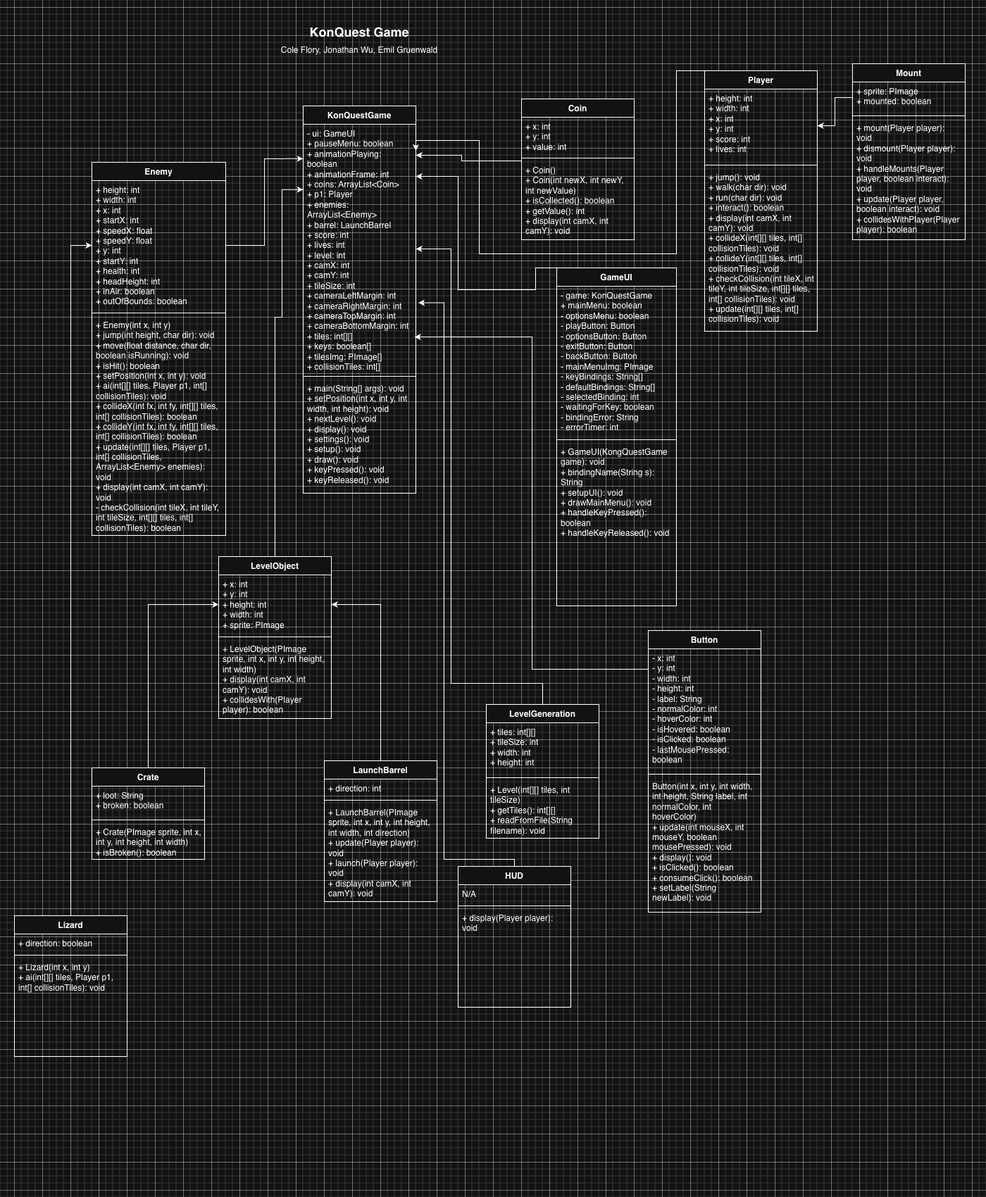
Above: resources/UML.png in CFlory-Programming/AdvProgrammingGroupProject (draw.io), before the change. Source tidied: cells renumbered, new cells last; positions are measured from the earlier drawing's top-left corner, leaving out a move shared by most shapes.
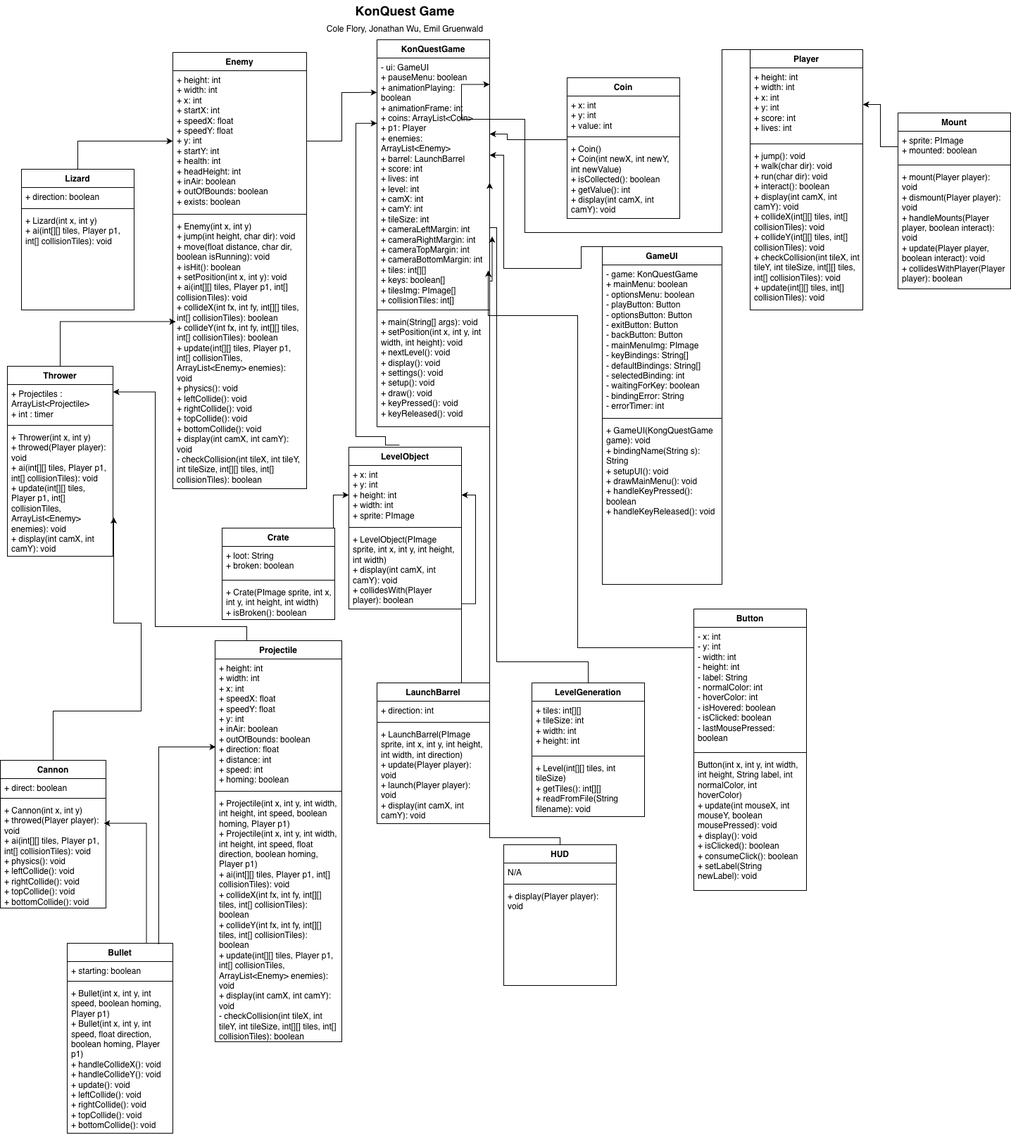
Later version of the same file.

The edit, as a diff of the source:
```diff
@@ -29,15 +29,15 @@
     <mxCell id="10" value="Enemy" style="swimlane;fontStyle=1;align=center;verticalAlign=top;horizontal=1;startSize=26;whiteSpace=wrap;html=1;" parent="1" vertex="1">
-      <mxGeometry x="110" y="200" width="190" height="530" as="geometry" />
+      <mxGeometry x="160" y="74" width="190" height="620" as="geometry" />
     </mxCell>
-    <mxCell id="11" value="&lt;div&gt;+ height: int&lt;/div&gt;&lt;div&gt;+ width: int&lt;/div&gt;&lt;div&gt;+ x: int&lt;/div&gt;&lt;div&gt;+ startX: int&lt;/div&gt;&lt;div&gt;+ speedX: float&lt;/div&gt;&lt;div&gt;+ speedY: float&lt;/div&gt;&lt;div&gt;+ y: int&lt;/div&gt;&lt;div&gt;+ startY: int&lt;/div&gt;&lt;div&gt;+ health: int&lt;/div&gt;&lt;div&gt;+ headHeight: int&lt;/div&gt;&lt;div&gt;+ inAir: boolean&lt;/div&gt;&lt;div&gt;+ outOfBounds: boolean&lt;/div&gt;" style="text;strokeColor=none;fillColor=none;align=left;verticalAlign=top;spacingLeft=4;spacingRight=4;overflow=hidden;points=[[0,0.5],[1,0.5]];portConstraint=eastwest;whiteSpace=wrap;html=1;" parent="10" vertex="1">
-      <mxGeometry y="26" width="190" height="184" as="geometry" />
+    <mxCell id="11" value="&lt;div&gt;+ height: int&lt;/div&gt;&lt;div&gt;+ width: int&lt;/div&gt;&lt;div&gt;+ x: int&lt;/div&gt;&lt;div&gt;+ startX: int&lt;/div&gt;&lt;div&gt;+ speedX: float&lt;/div&gt;&lt;div&gt;+ speedY: float&lt;/div&gt;&lt;div&gt;+ y: int&lt;/div&gt;&lt;div&gt;+ startY: int&lt;/div&gt;&lt;div&gt;+ health: int&lt;/div&gt;&lt;div&gt;+ headHeight: int&lt;/div&gt;&lt;div&gt;+ inAir: boolean&lt;/div&gt;&lt;div&gt;+ outOfBounds: boolean&lt;/div&gt;&lt;div&gt;+ exists: boolean&lt;/div&gt;" style="text;strokeColor=none;fillColor=none;align=left;verticalAlign=top;spacingLeft=4;spacingRight=4;overflow=hidden;points=[[0,0.5],[1,0.5]];portConstraint=eastwest;whiteSpace=wrap;html=1;" parent="10" vertex="1">
+      <mxGeometry y="26" width="190" height="200" as="geometry" />
     </mxCell>
     <mxCell id="12" style="line;strokeWidth=1;fillColor=none;align=left;verticalAlign=middle;spacingTop=-1;spacingLeft=3;spacingRight=3;labelPosition=right;strokeColor=inherit;" parent="10" vertex="1">
-      <mxGeometry y="210" width="190" height="8" as="geometry" />
+      <mxGeometry y="226" width="190" height="8" as="geometry" />
     </mxCell>
-    <mxCell id="13" value="&lt;div&gt;+ Enemy(int x, int y)&lt;/div&gt;&lt;div&gt;+ jump(int height, char dir): void&lt;/div&gt;&lt;div&gt;+ move(float distance, char dir, boolean isRunning): void&lt;/div&gt;&lt;div&gt;+ isHit(): boolean&lt;/div&gt;&lt;div&gt;+ setPosition(int x, int y): void&lt;/div&gt;&lt;div&gt;+ ai(int[][] tiles, Player p1, int[] collisionTiles): void&lt;/div&gt;&lt;div&gt;+ collideX(int fx, int fy, int[][] tiles, int[] collisionTiles): boolean&lt;/div&gt;&lt;div&gt;+ collideY(int fx, int fy, int[][] tiles, int[] collisionTiles): boolean&lt;/div&gt;&lt;div&gt;+ update(int[][] tiles, Player p1, int[] collisionTiles, ArrayList&amp;lt;Enemy&amp;gt; enemies): void&lt;/div&gt;&lt;div&gt;+ display(int camX, int camY): void&lt;/div&gt;&lt;div&gt;- checkCollision(int tileX, int tileY, int tileSize, int[][] tiles, int[] collisionTiles): boolean&lt;/div&gt;" style="text;strokeColor=none;fillColor=none;align=left;verticalAlign=top;spacingLeft=4;spacingRight=4;overflow=hidden;points=[[0,0.5],[1,0.5]];portConstraint=eastwest;whiteSpace=wrap;html=1;" parent="10" vertex="1">
-      <mxGeometry y="218" width="190" height="312" as="geometry" />
+    <mxCell id="13" value="&lt;div&gt;+ Enemy(int x, int y)&lt;/div&gt;&lt;div&gt;+ jump(int height, char dir): void&lt;/div&gt;&lt;div&gt;+ move(float distance, char dir, boolean isRunning): void&lt;/div&gt;&lt;div&gt;+ isHit(): boolean&lt;/div&gt;&lt;div&gt;+ setPosition(int x, int y): void&lt;/div&gt;&lt;div&gt;+ ai(int[][] tiles, Player p1, int[] collisionTiles): void&lt;/div&gt;&lt;div&gt;+ collideX(int fx, int fy, int[][] tiles, int[] collisionTiles): boolean&lt;/div&gt;&lt;div&gt;+ collideY(int fx, int fy, int[][] tiles, int[] collisionTiles): boolean&lt;/div&gt;&lt;div&gt;+ update(int[][] tiles, Player p1, int[] collisionTiles, ArrayList&amp;lt;Enemy&amp;gt; enemies): void&lt;/div&gt;&lt;div&gt;&lt;div&gt;+ physics(): void&lt;/div&gt;&lt;div&gt;&lt;span style=&quot;background-color: transparent; color: light-dark(rgb(0, 0, 0), rgb(255, 255, 255));&quot;&gt;+&amp;nbsp;&lt;/span&gt;&lt;span style=&quot;background-color: transparent; color: light-dark(rgb(0, 0, 0), rgb(255, 255, 255));&quot;&gt;leftCollide(): void&lt;/span&gt;&lt;/div&gt;&lt;div&gt;&lt;span style=&quot;background-color: transparent; color: light-dark(rgb(0, 0, 0), rgb(255, 255, 255));&quot;&gt;+ rightCollide(): void&lt;/span&gt;&lt;/div&gt;&lt;div&gt;&lt;span style=&quot;background-color: transparent; color: light-dark(rgb(0, 0, 0), rgb(255, 255, 255));&quot;&gt;+ topCollide(): void&lt;/span&gt;&lt;/div&gt;&lt;div&gt;&lt;span style=&quot;background-color: transparent; color: light-dark(rgb(0, 0, 0), rgb(255, 255, 255));&quot;&gt;+ bottomCollide(): void&lt;/span&gt;&lt;/div&gt;&lt;/div&gt;&lt;div&gt;+ display(int camX, int camY): void&lt;/div&gt;&lt;div&gt;- checkCollision(int tileX, int tileY, int tileSize, int[][] tiles, int[] collisionTiles): boolean&lt;/div&gt;" style="text;strokeColor=none;fillColor=none;align=left;verticalAlign=top;spacingLeft=4;spacingRight=4;overflow=hidden;points=[[0,0.5],[1,0.5]];portConstraint=eastwest;whiteSpace=wrap;html=1;" parent="10" vertex="1">
+      <mxGeometry y="234" width="190" height="386" as="geometry" />
     </mxCell>
     <mxCell id="14" value="LevelObject" style="swimlane;fontStyle=1;align=center;verticalAlign=top;horizontal=1;startSize=26;whiteSpace=wrap;html=1;" parent="1" vertex="1">
-      <mxGeometry x="290" y="760" width="160" height="230" as="geometry" />
+      <mxGeometry x="410" y="635" width="160" height="230" as="geometry" />
     </mxCell>
@@ -53,3 +53,3 @@
     <mxCell id="18" value="LaunchBarrel" style="swimlane;fontStyle=1;align=center;verticalAlign=top;horizontal=1;startSize=26;whiteSpace=wrap;html=1;" parent="1" vertex="1">
-      <mxGeometry x="440" y="1050" width="160" height="200" as="geometry" />
+      <mxGeometry x="450" y="970" width="160" height="200" as="geometry" />
     </mxCell>
@@ -64,3 +64,3 @@
     </mxCell>
-    <mxCell id="22" style="edgeStyle=orthogonalEdgeStyle;rounded=0;jettySize=auto;html=1;exitX=0.5;exitY=0;exitDx=0;exitDy=0;entryX=0;entryY=0.5;entryDx=0;entryDy=0;" parent="1" edge="1" source="23" target="15">
+    <mxCell id="22" style="edgeStyle=orthogonalEdgeStyle;rounded=0;jettySize=auto;html=1;exitX=0.988;exitY=0.104;exitDx=0;exitDy=0;entryX=0;entryY=0.5;entryDx=0;entryDy=0;exitPerimeter=0;" parent="1" edge="1" source="23" target="15">
       <mxGeometry relative="1" as="geometry" />
@@ -68,3 +68,3 @@
     <mxCell id="23" value="Crate" style="swimlane;fontStyle=1;align=center;verticalAlign=top;horizontal=1;startSize=26;whiteSpace=wrap;html=1;" parent="1" vertex="1">
-      <mxGeometry x="110" y="1060" width="160" height="130" as="geometry" />
+      <mxGeometry x="230" y="750" width="160" height="130" as="geometry" />
     </mxCell>
@@ -83,3 +83,3 @@
     <mxCell id="28" value="KonQuestGame" style="swimlane;fontStyle=1;align=center;verticalAlign=top;horizontal=1;startSize=26;whiteSpace=wrap;html=1;" parent="1" vertex="1">
-      <mxGeometry x="410" y="120" width="160" height="550" as="geometry" />
+      <mxGeometry x="450" y="56" width="160" height="550" as="geometry" />
     </mxCell>
@@ -105,8 +105,8 @@
     </mxCell>
-    <mxCell id="34" style="edgeStyle=orthogonalEdgeStyle;rounded=0;jettySize=auto;html=1;exitX=0.5;exitY=0;exitDx=0;exitDy=0;entryX=0;entryY=0.262;entryDx=0;entryDy=0;entryPerimeter=0;" parent="1" edge="1" source="14" target="29">
+    <mxCell id="34" style="edgeStyle=orthogonalEdgeStyle;rounded=0;jettySize=auto;html=1;exitX=0.45;exitY=-0.013;exitDx=0;exitDy=0;entryX=0;entryY=0.262;entryDx=0;entryDy=0;entryPerimeter=0;exitPerimeter=0;" parent="1" edge="1" source="14" target="29">
       <mxGeometry relative="1" as="geometry">
         <Array as="points">
-          <mxPoint x="370" y="420" />
-          <mxPoint x="380" y="420" />
-          <mxPoint x="380" y="239" />
+          <mxPoint x="462" y="620" />
+          <mxPoint x="420" y="620" />
+          <mxPoint x="420" y="175" />
         </Array>
@@ -128,3 +128,3 @@
     </mxCell>
-    <mxCell id="37" style="edgeStyle=orthogonalEdgeStyle;rounded=0;jettySize=auto;html=1;exitX=0.5;exitY=0;exitDx=0;exitDy=0;entryX=1;entryY=0.5;entryDx=0;entryDy=0;" parent="1" edge="1" source="18" target="15">
+    <mxCell id="37" style="edgeStyle=orthogonalEdgeStyle;rounded=0;jettySize=auto;html=1;exitX=0.75;exitY=0;exitDx=0;exitDy=0;entryX=1;entryY=0.5;entryDx=0;entryDy=0;" parent="1" edge="1" source="18" target="15">
       <mxGeometry relative="1" as="geometry" />
@@ -189,3 +189,3 @@
     <mxCell id="53" value="Lizard" style="swimlane;fontStyle=1;align=center;verticalAlign=top;horizontal=1;startSize=26;whiteSpace=wrap;html=1;" parent="1" vertex="1">
-      <mxGeometry y="1270" width="160" height="200" as="geometry" />
+      <mxGeometry x="-55" y="240" width="160" height="200" as="geometry" />
     </mxCell>
@@ -222,3 +222,3 @@
     <mxCell id="62" value="Mount" style="swimlane;fontStyle=1;align=center;verticalAlign=top;horizontal=1;startSize=26;whiteSpace=wrap;html=1;" parent="1" vertex="1">
-      <mxGeometry x="1190" y="60" width="160" height="250" as="geometry" />
+      <mxGeometry x="1190" y="160" width="160" height="250" as="geometry" />
     </mxCell>
@@ -245,2 +245,77 @@
     </mxCell>
+    <mxCell id="68" value="Thrower" style="swimlane;fontStyle=1;align=center;verticalAlign=top;horizontal=1;startSize=26;whiteSpace=wrap;html=1;" parent="1" vertex="1">
+      <mxGeometry x="-75" y="520" width="150" height="270" as="geometry" />
+    </mxCell>
+    <mxCell id="69" value="+ Projectiles : ArrayList&amp;lt;Projectile&amp;gt;&lt;div&gt;+ int : timer&lt;/div&gt;" style="text;strokeColor=none;fillColor=none;align=left;verticalAlign=top;spacingLeft=4;spacingRight=4;overflow=hidden;points=[[0,0.5],[1,0.5]];portConstraint=eastwest;whiteSpace=wrap;html=1;" parent="68" vertex="1">
+      <mxGeometry y="26" width="150" height="54" as="geometry" />
+    </mxCell>
+    <mxCell id="70" style="line;strokeWidth=1;fillColor=none;align=left;verticalAlign=middle;spacingTop=-1;spacingLeft=3;spacingRight=3;labelPosition=right;strokeColor=inherit;" parent="68" vertex="1">
+      <mxGeometry y="80" width="150" height="8" as="geometry" />
+    </mxCell>
+    <mxCell id="71" value="&lt;div&gt;+ Thrower(int x, int y)&lt;/div&gt;+ throwed(Player player): void&lt;div&gt;+&amp;nbsp;&lt;span style=&quot;background-color: transparent; color: light-dark(rgb(0, 0, 0), rgb(255, 255, 255));&quot;&gt;ai(int[][] tiles, Player p1, int[] collisionTiles): void&lt;/span&gt;&lt;/div&gt;&lt;div&gt;+ update(int[][] tiles, Player p1, int[] collisionTiles, ArrayList&amp;lt;Enemy&amp;gt; enemies): void&lt;/div&gt;&lt;div&gt;+&amp;nbsp;&lt;span style=&quot;background-color: transparent;&quot;&gt;display(int camX, int camY): void&lt;/span&gt;&lt;/div&gt;" style="text;strokeColor=none;fillColor=none;align=left;verticalAlign=top;spacingLeft=4;spacingRight=4;overflow=hidden;points=[[0,0.5],[1,0.5]];portConstraint=eastwest;whiteSpace=wrap;html=1;" parent="68" vertex="1">
+      <mxGeometry y="88" width="150" height="182" as="geometry" />
+    </mxCell>
+    <mxCell id="72" style="edgeStyle=orthogonalEdgeStyle;rounded=0;jettySize=auto;html=1;exitX=0.5;exitY=0;exitDx=0;exitDy=0;entryX=0.021;entryY=0.385;entryDx=0;entryDy=0;entryPerimeter=0;" parent="1" edge="1" source="68" target="13">
+      <mxGeometry relative="1" as="geometry" />
+    </mxCell>
+    <mxCell id="73" value="Projectile" style="swimlane;fontStyle=1;align=center;verticalAlign=top;horizontal=1;startSize=26;whiteSpace=wrap;html=1;" parent="1" vertex="1">
+      <mxGeometry x="220" y="910" width="180" height="570" as="geometry" />
+    </mxCell>
+    <mxCell id="74" value="&lt;div&gt;+ height: int&lt;/div&gt;&lt;div&gt;+ width: int&lt;/div&gt;&lt;div&gt;+ x: int&lt;/div&gt;&lt;div&gt;+ speedX: float&lt;/div&gt;&lt;div&gt;+ speedY: float&lt;/div&gt;&lt;div&gt;+ y: int&lt;/div&gt;&lt;div&gt;+ inAir: boolean&lt;/div&gt;&lt;div&gt;+ outOfBounds: boolean&lt;/div&gt;&lt;div&gt;+ direction: float&lt;/div&gt;&lt;div&gt;+ distance: int&lt;/div&gt;&lt;div&gt;+ speed: int&lt;/div&gt;&lt;div&gt;+ homing: boolean&lt;/div&gt;" style="text;strokeColor=none;fillColor=none;align=left;verticalAlign=top;spacingLeft=4;spacingRight=4;overflow=hidden;points=[[0,0.5],[1,0.5]];portConstraint=eastwest;whiteSpace=wrap;html=1;" parent="73" vertex="1">
+      <mxGeometry y="26" width="180" height="184" as="geometry" />
+    </mxCell>
+    <mxCell id="75" style="line;strokeWidth=1;fillColor=none;align=left;verticalAlign=middle;spacingTop=-1;spacingLeft=3;spacingRight=3;labelPosition=right;strokeColor=inherit;" parent="73" vertex="1">
+      <mxGeometry y="210" width="180" height="8" as="geometry" />
+    </mxCell>
+    <mxCell id="76" value="&lt;div&gt;+&amp;nbsp;&lt;span style=&quot;background-color: transparent;&quot;&gt;Projectile(int x, int y, int width, int height, int speed, boolean homing, Player p1)&lt;/span&gt;&lt;/div&gt;&lt;div&gt;+&amp;nbsp;Projectile(int x, int y, int width, int height, int speed, float direction, boolean homing, Player p1)&lt;/div&gt;&lt;div&gt;+ ai(int[][] tiles, Player p1, int[] collisionTiles): void&lt;/div&gt;&lt;div&gt;+ collideX(int fx, int fy, int[][] tiles, int[] collisionTiles): boolean&lt;/div&gt;&lt;div&gt;+ collideY(int fx, int fy, int[][] tiles, int[] collisionTiles): boolean&lt;/div&gt;&lt;div&gt;+ update(int[][] tiles, Player p1, int[] collisionTiles, ArrayList&amp;lt;Enemy&amp;gt; enemies): void&lt;/div&gt;&lt;div&gt;+ display(int camX, int camY): void&lt;/div&gt;&lt;div&gt;- checkCollision(int tileX, int tileY, int tileSize, int[][] tiles, int[] collisionTiles): boolean&lt;/div&gt;" style="text;strokeColor=none;fillColor=none;align=left;verticalAlign=top;spacingLeft=4;spacingRight=4;overflow=hidden;whiteSpace=wrap;html=1;" parent="73" vertex="1">
+      <mxGeometry y="218" width="180" height="352" as="geometry" />
+    </mxCell>
+    <mxCell id="77" style="edgeStyle=orthogonalEdgeStyle;rounded=0;jettySize=auto;html=1;exitX=0.25;exitY=0;exitDx=0;exitDy=0;entryX=1;entryY=0.194;entryDx=0;entryDy=0;entryPerimeter=0;" parent="1" edge="1" source="73" target="69">
+      <mxGeometry relative="1" as="geometry">
+        <Array as="points">
+          <mxPoint x="265" y="890" />
+          <mxPoint x="135" y="890" />
+          <mxPoint x="135" y="557" />
+        </Array>
+      </mxGeometry>
+    </mxCell>
+    <mxCell id="78" value="Cannon" style="swimlane;fontStyle=1;align=center;verticalAlign=top;horizontal=1;startSize=26;whiteSpace=wrap;html=1;" parent="1" vertex="1">
+      <mxGeometry x="-85" y="1080" width="150" height="210" as="geometry" />
+    </mxCell>
+    <mxCell id="79" value="+ direct: boolean" style="text;strokeColor=none;fillColor=none;align=left;verticalAlign=top;spacingLeft=4;spacingRight=4;overflow=hidden;whiteSpace=wrap;html=1;" parent="78" vertex="1">
+      <mxGeometry y="26" width="150" height="24" as="geometry" />
+    </mxCell>
+    <mxCell id="80" style="line;strokeWidth=1;fillColor=none;align=left;verticalAlign=middle;spacingTop=-1;spacingLeft=3;spacingRight=3;labelPosition=right;strokeColor=inherit;" parent="78" vertex="1">
+      <mxGeometry y="50" width="150" height="8" as="geometry" />
+    </mxCell>
+    <mxCell id="81" value="&lt;div&gt;+ Cannon(int x, int y)&lt;/div&gt;+ throwed(Player player): void&lt;div&gt;+&amp;nbsp;&lt;span style=&quot;background-color: transparent; color: light-dark(rgb(0, 0, 0), rgb(255, 255, 255));&quot;&gt;ai(int[][] tiles, Player p1, int[] collisionTiles): void&lt;/span&gt;&lt;/div&gt;&lt;div&gt;+ physics(): void&lt;/div&gt;&lt;div&gt;&lt;span style=&quot;background-color: transparent; color: light-dark(rgb(0, 0, 0), rgb(255, 255, 255));&quot;&gt;+&amp;nbsp;&lt;/span&gt;&lt;span style=&quot;background-color: transparent; color: light-dark(rgb(0, 0, 0), rgb(255, 255, 255));&quot;&gt;leftCollide(): void&lt;/span&gt;&lt;/div&gt;&lt;div&gt;&lt;span style=&quot;background-color: transparent; color: light-dark(rgb(0, 0, 0), rgb(255, 255, 255));&quot;&gt;+ rightCollide(): void&lt;/span&gt;&lt;/div&gt;&lt;div&gt;&lt;span style=&quot;background-color: transparent; color: light-dark(rgb(0, 0, 0), rgb(255, 255, 255));&quot;&gt;+ topCollide(): void&lt;/span&gt;&lt;/div&gt;&lt;div&gt;&lt;span style=&quot;background-color: transparent; color: light-dark(rgb(0, 0, 0), rgb(255, 255, 255));&quot;&gt;+ bottomCollide(): void&lt;/span&gt;&lt;/div&gt;" style="text;strokeColor=none;fillColor=none;align=left;verticalAlign=top;spacingLeft=4;spacingRight=4;overflow=hidden;points=[[0,0.5],[1,0.5]];portConstraint=eastwest;whiteSpace=wrap;html=1;" parent="78" vertex="1">
+      <mxGeometry y="58" width="150" height="152" as="geometry" />
+    </mxCell>
+    <mxCell id="82" style="edgeStyle=orthogonalEdgeStyle;rounded=0;jettySize=auto;html=1;exitX=0.5;exitY=0;exitDx=0;exitDy=0;entryX=1.007;entryY=0.695;entryDx=0;entryDy=0;entryPerimeter=0;" parent="1" edge="1" source="78" target="71">
+      <mxGeometry relative="1" as="geometry">
+        <Array as="points">
+          <mxPoint x="-10" y="1010" />
+          <mxPoint x="115" y="1010" />
+          <mxPoint x="115" y="885" />
+        </Array>
+      </mxGeometry>
+    </mxCell>
+    <mxCell id="83" value="Bullet" style="swimlane;fontStyle=1;align=center;verticalAlign=top;horizontal=1;startSize=26;whiteSpace=wrap;html=1;" parent="1" vertex="1">
+      <mxGeometry x="10" y="1340" width="150" height="270" as="geometry" />
+    </mxCell>
+    <mxCell id="84" value="+ starting: boolean" style="text;strokeColor=none;fillColor=none;align=left;verticalAlign=top;spacingLeft=4;spacingRight=4;overflow=hidden;whiteSpace=wrap;html=1;" parent="83" vertex="1">
+      <mxGeometry y="26" width="150" height="24" as="geometry" />
+    </mxCell>
+    <mxCell id="85" style="line;strokeWidth=1;fillColor=none;align=left;verticalAlign=middle;spacingTop=-1;spacingLeft=3;spacingRight=3;labelPosition=right;strokeColor=inherit;" parent="83" vertex="1">
+      <mxGeometry y="50" width="150" height="8" as="geometry" />
+    </mxCell>
+    <mxCell id="86" value="&lt;div&gt;+ Bullet(int x, int y, int speed, boolean homing, Player p1)&lt;/div&gt;&lt;div&gt;+ Bullet(int x, int y, int speed, float direction, boolean homing, Player p1)&lt;/div&gt;+ handleCollideX(): void&lt;div&gt;+&amp;nbsp;&lt;span style=&quot;background-color: transparent; color: light-dark(rgb(0, 0, 0), rgb(255, 255, 255));&quot;&gt;handleCollideY(): void&lt;/span&gt;&lt;/div&gt;&lt;div&gt;+ update(): void&lt;/div&gt;&lt;div&gt;&lt;span style=&quot;background-color: transparent; color: light-dark(rgb(0, 0, 0), rgb(255, 255, 255));&quot;&gt;+&amp;nbsp;&lt;/span&gt;&lt;span style=&quot;background-color: transparent; color: light-dark(rgb(0, 0, 0), rgb(255, 255, 255));&quot;&gt;leftCollide(): void&lt;/span&gt;&lt;/div&gt;&lt;div&gt;&lt;span style=&quot;background-color: transparent; color: light-dark(rgb(0, 0, 0), rgb(255, 255, 255));&quot;&gt;+ rightCollide(): void&lt;/span&gt;&lt;/div&gt;&lt;div&gt;&lt;span style=&quot;background-color: transparent; color: light-dark(rgb(0, 0, 0), rgb(255, 255, 255));&quot;&gt;+ topCollide(): void&lt;/span&gt;&lt;/div&gt;&lt;div&gt;&lt;span style=&quot;background-color: transparent; color: light-dark(rgb(0, 0, 0), rgb(255, 255, 255));&quot;&gt;+ bottomCollide(): void&lt;/span&gt;&lt;/div&gt;" style="text;strokeColor=none;fillColor=none;align=left;verticalAlign=top;spacingLeft=4;spacingRight=4;overflow=hidden;whiteSpace=wrap;html=1;" parent="83" vertex="1">
+      <mxGeometry y="58" width="150" height="212" as="geometry" />
+    </mxCell>
+    <mxCell id="87" style="edgeStyle=orthogonalEdgeStyle;rounded=0;jettySize=auto;html=1;exitX=0.867;exitY=0.006;exitDx=0;exitDy=0;entryX=0.006;entryY=0.679;entryDx=0;entryDy=0;entryPerimeter=0;exitPerimeter=0;" parent="1" edge="1" source="83" target="74">
+      <mxGeometry relative="1" as="geometry" />
+    </mxCell>
+    <mxCell id="88" style="edgeStyle=orthogonalEdgeStyle;rounded=0;jettySize=auto;html=1;exitX=0.75;exitY=0;exitDx=0;exitDy=0;entryX=0.98;entryY=0.207;entryDx=0;entryDy=0;entryPerimeter=0;" parent="1" edge="1" source="83" target="81">
+      <mxGeometry relative="1" as="geometry" />
+    </mxCell>
   </root>
```
